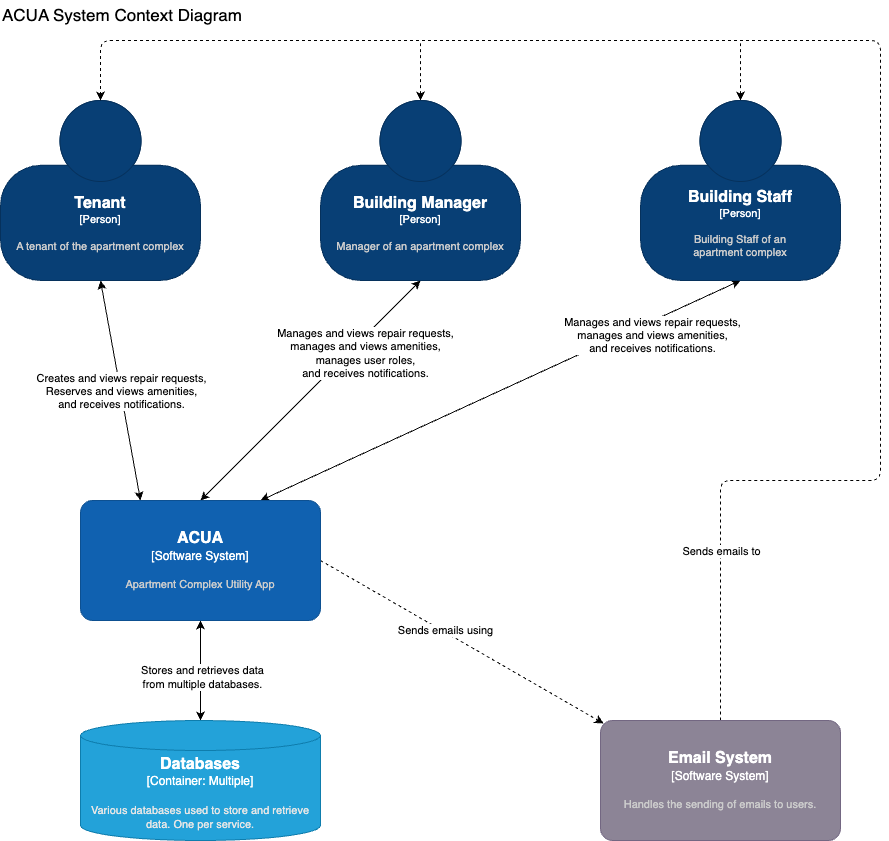
This is docs/media/c1-context.png from MPFGlaser/ApartmentComplexUtilityApp, a draw.io export, as it was before one commit. Source tidied: cells renumbered, new cells last; positions are measured from the earlier drawing's top-left corner, leaving out a move shared by most shapes.
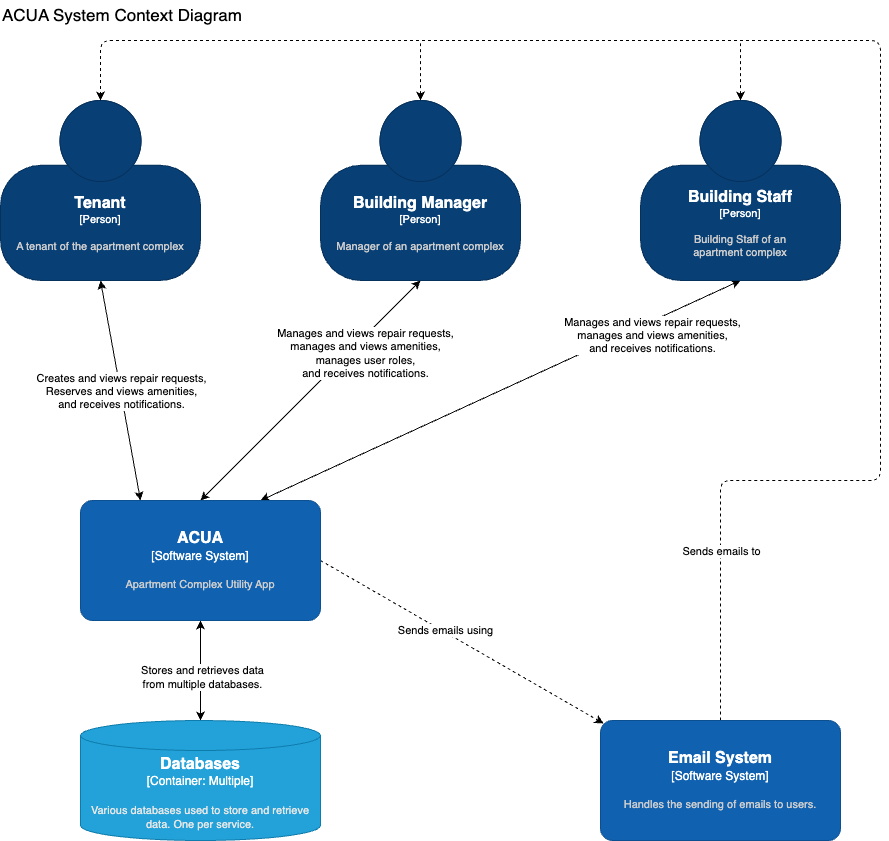
Above is the later version.

Commit message:
docs(c4): update email system

Refs: #31

Change to the diagram source:
```diff
@@ -87,7 +87,7 @@
       </mxGeometry>
     </mxCell>
     <object id="21" label="&lt;font style=&quot;font-size: 16px&quot;&gt;&lt;b&gt;%c4Name%&lt;/b&gt;&lt;/font&gt;&lt;div&gt;[%c4Type%]&lt;/div&gt;&lt;br&gt;&lt;div&gt;&lt;font style=&quot;font-size: 11px&quot;&gt;&lt;font color=&quot;#cccccc&quot;&gt;%c4Description%&lt;/font&gt;&lt;/div&gt;" c4Description="Handles the sending of emails to users." c4Name="Email System" c4Type="Software System" placeholders="1">
-      <mxCell style="rounded=1;whiteSpace=wrap;html=1;labelBackgroundColor=none;fillColor=#8C8496;fontColor=#ffffff;align=center;arcSize=10;strokeColor=#736782;points=[[0.25,0,0],[0.5,0,0],[0.75,0,0],[1,0.25,0],[1,0.5,0],[1,0.75,0],[0.75,1,0],[0.5,1,0],[0.25,1,0],[0,0.75,0],[0,0.5,0],[0,0.25,0]];" parent="1" vertex="1">
+      <mxCell style="rounded=1;whiteSpace=wrap;html=1;labelBackgroundColor=none;fillColor=#1061B0;fontColor=#ffffff;align=center;arcSize=10;strokeColor=#0D5091;points=[[0.25,0,0],[0.5,0,0],[0.75,0,0],[1,0.25,0],[1,0.5,0],[1,0.75,0],[0.75,1,0],[0.5,1,0],[0.25,1,0],[0,0.75,0],[0,0.5,0],[0,0.25,0]];" parent="1" vertex="1">
         <mxGeometry x="600" y="720" width="240" height="120" as="geometry" />
       </mxCell>
     </object>
```
